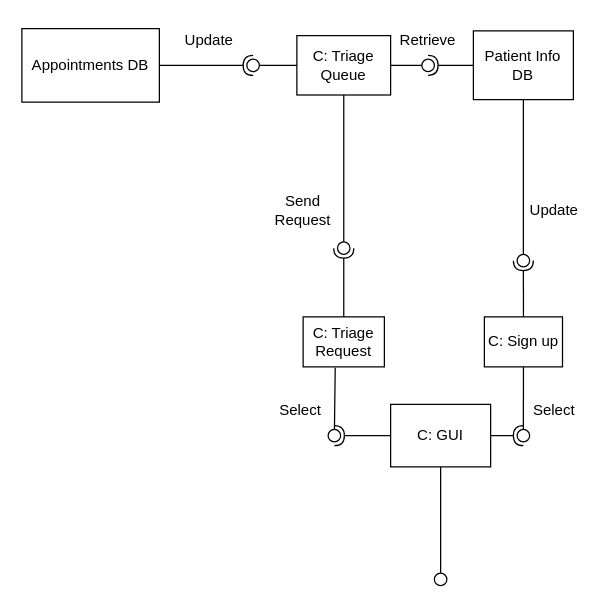
This is JustinWork/Component.drawio from SENG-350-2024-fall/Team9, a draw.io file, before an edit. Source tidied: cells renumbered, new cells numbered last; positions are measured from the earlier drawing's top-left corner, leaving out a move shared by most shapes. Both pictures are drawn from the tidied source at 125%, with x=0, y=0 at pixel (21, 21).
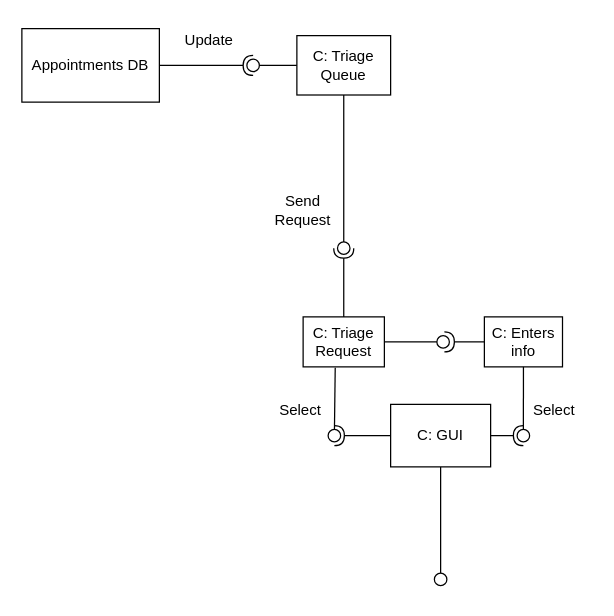
The same page after the edit.

Unchanged cells that the change refers to:
```xml
<mxCell id="3" value="C: Triage Queue" style="rounded=0;whiteSpace=wrap;html=1;" parent="1" vertex="1">
  <mxGeometry x="220" y="11" width="75" height="47.5" as="geometry" />
</mxCell>
<mxCell id="5" value="C: Triage Request" style="rounded=0;whiteSpace=wrap;html=1;" parent="1" vertex="1">
  <mxGeometry x="225" y="236" width="65" height="40" as="geometry" />
</mxCell>
```

Diff of the diagram source:
```diff
@@
-    <mxCell id="2" value="Patient Info DB" style="rounded=0;whiteSpace=wrap;html=1;" parent="1" vertex="1">
-      <mxGeometry x="361.2" y="7.2" width="80" height="55" as="geometry" />
-    </mxCell>
@@
-    <mxCell id="4" value="C: Sign up" style="rounded=0;whiteSpace=wrap;html=1;" parent="1" vertex="1">
+    <mxCell id="4" value="C: Enters info" style="rounded=0;whiteSpace=wrap;html=1;" parent="1" vertex="1">
       <mxGeometry x="370" y="236" width="62.5" height="40" as="geometry" />
     </mxCell>
@@
-    <mxCell id="15" style="rounded=0;jettySize=auto;html=1;endArrow=halfCircle;endFill=0;endSize=6;strokeWidth=1;sketch=0;exitX=0.5;exitY=0;exitDx=0;exitDy=0;" parent="1" edge="1" source="4" target="17">
-      <mxGeometry relative="1" as="geometry" />
-    </mxCell>
-    <mxCell id="16" style="rounded=0;jettySize=auto;html=1;endArrow=oval;endFill=0;sketch=0;sourcePerimeterSpacing=0;targetPerimeterSpacing=0;endSize=10;exitX=0.5;exitY=1;exitDx=0;exitDy=0;" parent="1" edge="1" source="2" target="17">
-      <mxGeometry relative="1" as="geometry" />
-    </mxCell>
-    <mxCell id="17" style="ellipse;whiteSpace=wrap;html=1;align=center;fillColor=none;strokeColor=none;perimeter=centerPerimeter;points=[];outlineConnect=1;" parent="1" vertex="1">
-      <mxGeometry x="396.2" y="186" width="10" height="10" as="geometry" />
-    </mxCell>
@@
-    <mxCell id="26" value="Update" style="text;html=1;align=center;verticalAlign=middle;whiteSpace=wrap;rounded=0;" parent="1" vertex="1">
-      <mxGeometry x="396.2" y="136" width="60" height="30" as="geometry" />
-    </mxCell>
@@
-    <mxCell id="30" style="rounded=0;jettySize=auto;html=1;endArrow=halfCircle;endFill=0;endSize=6;strokeWidth=1;sketch=0;exitX=0;exitY=0.5;exitDx=0;exitDy=0;" parent="1" edge="1" source="2" target="32">
-      <mxGeometry relative="1" as="geometry" />
-    </mxCell>
-    <mxCell id="31" style="rounded=0;jettySize=auto;html=1;endArrow=oval;endFill=0;sketch=0;sourcePerimeterSpacing=0;targetPerimeterSpacing=0;endSize=10;exitX=1;exitY=0.5;exitDx=0;exitDy=0;" parent="1" edge="1" source="3" target="32">
-      <mxGeometry relative="1" as="geometry" />
-    </mxCell>
-    <mxCell id="32" style="ellipse;whiteSpace=wrap;html=1;align=center;fillColor=none;strokeColor=none;perimeter=centerPerimeter;points=[];outlineConnect=1;" parent="1" vertex="1">
-      <mxGeometry x="320" y="29.8" width="10" height="10" as="geometry" />
-    </mxCell>
-    <mxCell id="33" value="Retrieve" style="text;html=1;align=center;verticalAlign=middle;whiteSpace=wrap;rounded=0;" parent="1" vertex="1">
-      <mxGeometry x="295" y="-0.2" width="60" height="30" as="geometry" />
-    </mxCell>
+    <mxCell id="34" style="rounded=0;jettySize=auto;html=1;endArrow=halfCircle;endFill=0;endSize=6;strokeWidth=1;sketch=0;exitX=0;exitY=0.5;exitDx=0;exitDy=0;" parent="1" edge="1" source="4">
+      <mxGeometry relative="1" as="geometry">
+        <mxPoint x="338" y="256" as="targetPoint" />
+      </mxGeometry>
+    </mxCell>
+    <mxCell id="35" style="rounded=0;jettySize=auto;html=1;endArrow=oval;endFill=0;sketch=0;sourcePerimeterSpacing=0;targetPerimeterSpacing=0;endSize=10;exitX=1;exitY=0.5;exitDx=0;exitDy=0;" parent="1" edge="1" source="5">
+      <mxGeometry relative="1" as="geometry">
+        <mxPoint x="337" y="256" as="targetPoint" />
+      </mxGeometry>
+    </mxCell>
```
